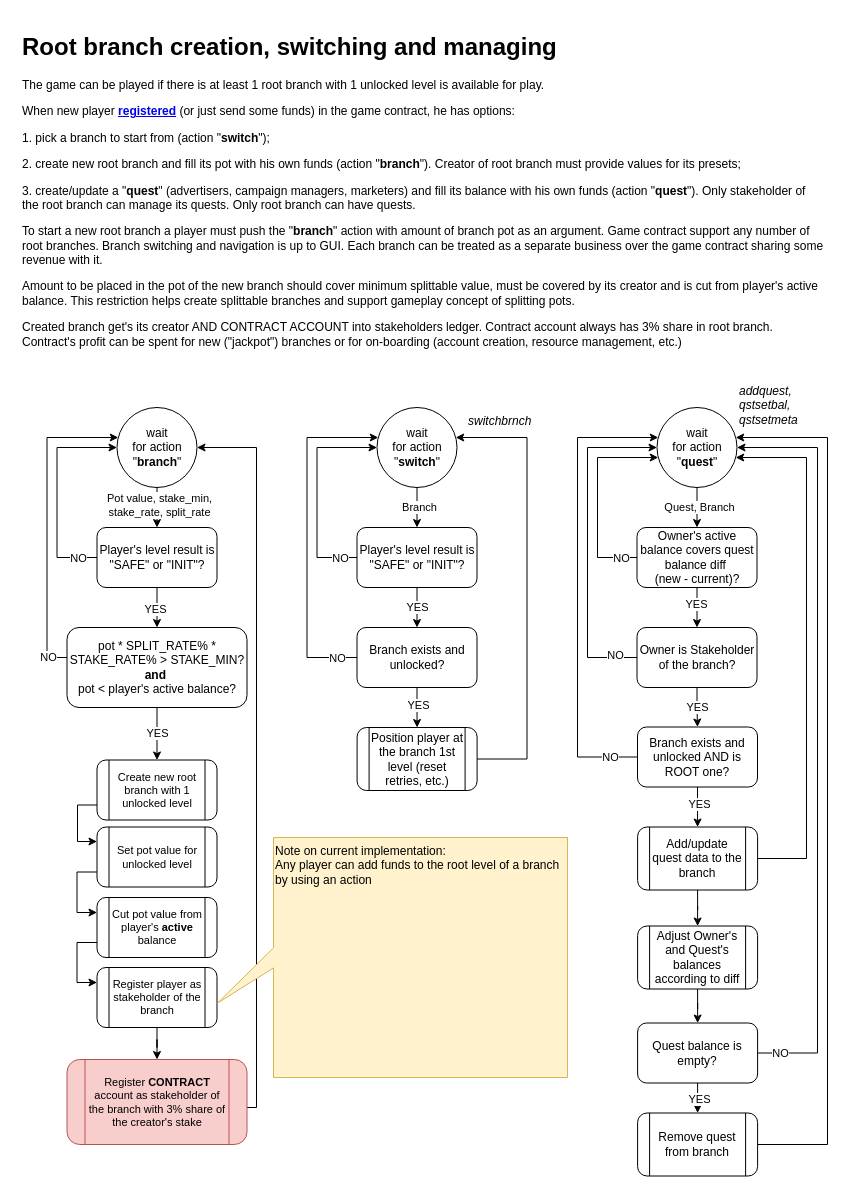
Above: page "branch" (4 of 14) of ia/WOFFLER IA.drawio in cptn-solo/woffler_contract (draw.io), before the change. Source tidied: cells renumbered, new cells numbered last; positions are measured from the earlier drawing's top-left corner, leaving out a move shared by most shapes. Both pictures are drawn from the tidied source at 100%, with x=0, y=0 at pixel (17, 27).
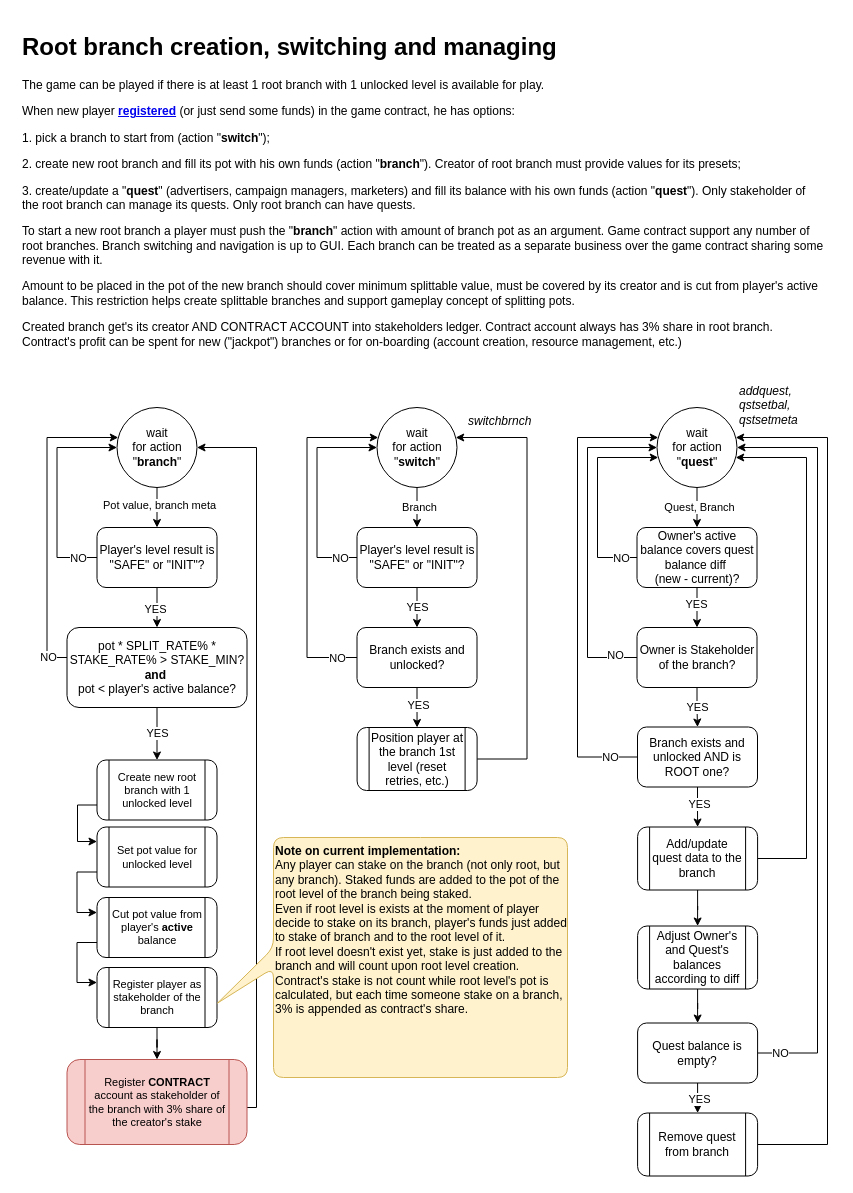
The same page after the edit.

The change refers to these unchanged cells:
```xml
<mxCell id="3" style="edgeStyle=orthogonalEdgeStyle;rounded=0;jettySize=auto;html=1;fontSize=11;fontColor=#000000;" parent="1" edge="1" source="5" target="17">
  <mxGeometry relative="1" as="geometry" />
</mxCell>
```

What changed in the source:
```diff
@@
-    <mxCell id="4" value="Pot value, stake_min,&lt;br&gt;stake_rate, split_rate&lt;br&gt;" style="text;html=1;align=center;verticalAlign=middle;labelBackgroundColor=#ffffff;fontSize=11;fontColor=#000000;" parent="3" vertex="1">
+    <mxCell id="4" value="Pot value, branch meta&lt;br&gt;" style="text;html=1;align=center;verticalAlign=middle;labelBackgroundColor=#ffffff;fontSize=11;fontColor=#000000;" parent="3" vertex="1">
       <mxGeometry x="-0.17" y="2" relative="1" as="geometry" />
     </mxCell>
@@
-    <mxCell id="69" value="Note on current implementation:&lt;br&gt;Any player can add funds to the root level of a branch by using an action&amp;nbsp;&lt;br&gt;" style="shape=callout;whiteSpace=wrap;html=1;perimeter=calloutPerimeter;direction=south;size=56;position=0.46;position2=0.69;align=left;verticalAlign=top;fillColor=#fff2cc;strokeColor=#d6b656;" parent="1" vertex="1">
+    <mxCell id="69" value="&lt;b&gt;Note on current implementation:&lt;br&gt;&lt;/b&gt;Any player can stake on the branch (not only root, but any branch). Staked funds are added to the pot of the root level of the branch being staked.&lt;br&gt;Even if root level is exists at the moment of player decide to stake on its branch, player's funds just added to stake of branch and to the root level of it.&lt;br&gt;If root level doesn't exist yet, stake is just added to the branch and will count upon root level creation.&lt;br&gt;Contract's stake is not count while root level's pot is calculated, but each time someone stake on a branch, 3% is appended as contract's share.&lt;br&gt;" style="shape=callout;whiteSpace=wrap;html=1;perimeter=calloutPerimeter;direction=south;size=56;position=0.46;position2=0.69;align=left;verticalAlign=top;fillColor=#fff2cc;strokeColor=#d6b656;rounded=1;" parent="1" vertex="1">
       <mxGeometry x="200" y="810" width="350" height="240" as="geometry" />
     </mxCell>
```
